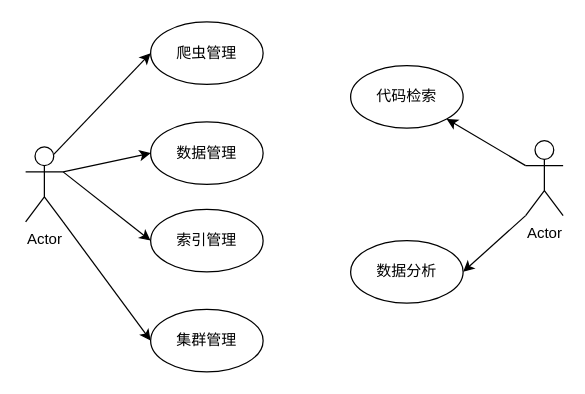
This is setup/系统用例图.drawio from yifeichong/drawio, a draw.io file, before an edit. Source tidied: cells renumbered, new cells numbered last; positions are measured from the earlier drawing's top-left corner, leaving out a move shared by most shapes. Both pictures are drawn from the tidied source at 125%, with x=0, y=0 at pixel (25, 21).
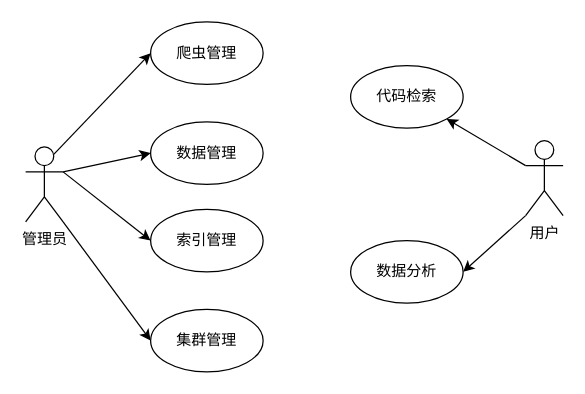
Above is the later version.

Commit message:
更新系统用例图.drawio

What changed in the source:
```diff
@@
 <mxGraphModel>
   <root>
     <mxCell id="0" />
     <mxCell id="1" parent="0" />
     <mxCell id="2" style="jettySize=auto;html=1;exitX=0.75;exitY=0.1;exitDx=0;exitDy=0;exitPerimeter=0;entryX=0;entryY=0.5;entryDx=0;entryDy=0;strokeColor=default;rounded=1;" parent="1" edge="1" source="6" target="7">
       <mxGeometry relative="1" as="geometry" />
     </mxCell>
     <mxCell id="3" style="edgeStyle=none;rounded=1;jettySize=auto;html=1;exitX=1;exitY=0.3333333333333333;exitDx=0;exitDy=0;exitPerimeter=0;entryX=0;entryY=0.5;entryDx=0;entryDy=0;strokeColor=default;" parent="1" edge="1" source="6" target="8">
       <mxGeometry relative="1" as="geometry" />
     </mxCell>
     <mxCell id="4" style="edgeStyle=none;rounded=1;jettySize=auto;html=1;exitX=1;exitY=0.3333333333333333;exitDx=0;exitDy=0;exitPerimeter=0;entryX=0;entryY=0.5;entryDx=0;entryDy=0;strokeColor=default;" parent="1" edge="1" source="6" target="10">
       <mxGeometry relative="1" as="geometry" />
     </mxCell>
     <mxCell id="5" style="edgeStyle=none;rounded=1;jettySize=auto;html=1;exitX=1;exitY=1;exitDx=0;exitDy=0;exitPerimeter=0;entryX=0;entryY=0.5;entryDx=0;entryDy=0;strokeColor=default;" parent="1" edge="1" source="6" target="9">
       <mxGeometry relative="1" as="geometry" />
     </mxCell>
-    <mxCell id="6" value="Actor" style="shape=umlActor;verticalLabelPosition=bottom;verticalAlign=top;html=1;" parent="1" vertex="1">
+    <mxCell id="6" value="管理员" style="shape=umlActor;verticalLabelPosition=bottom;verticalAlign=top;html=1;" parent="1" vertex="1">
       <mxGeometry y="100" width="30" height="60" as="geometry" />
     </mxCell>
     <mxCell id="7" value="爬虫管理" style="ellipse;whiteSpace=wrap;html=1;" parent="1" vertex="1">
       <mxGeometry x="100" width="90" height="50" as="geometry" />
     </mxCell>
     <mxCell id="8" value="数据管理" style="ellipse;whiteSpace=wrap;html=1;" parent="1" vertex="1">
       <mxGeometry x="100" y="80" width="90" height="50" as="geometry" />
     </mxCell>
     <mxCell id="9" value="集群管理" style="ellipse;whiteSpace=wrap;html=1;" parent="1" vertex="1">
       <mxGeometry x="100" y="230" width="90" height="50" as="geometry" />
     </mxCell>
     <mxCell id="10" value="索引管理" style="ellipse;whiteSpace=wrap;html=1;" parent="1" vertex="1">
       <mxGeometry x="100" y="150" width="90" height="50" as="geometry" />
     </mxCell>
     <mxCell id="11" style="edgeStyle=none;rounded=1;jettySize=auto;html=1;exitX=0;exitY=0.3333333333333333;exitDx=0;exitDy=0;exitPerimeter=0;entryX=1;entryY=1;entryDx=0;entryDy=0;strokeColor=default;" parent="1" edge="1" source="13" target="14">
       <mxGeometry relative="1" as="geometry" />
     </mxCell>
     <mxCell id="12" style="edgeStyle=none;rounded=1;jettySize=auto;html=1;exitX=0;exitY=1;exitDx=0;exitDy=0;exitPerimeter=0;entryX=1;entryY=0.5;entryDx=0;entryDy=0;strokeColor=default;" parent="1" edge="1" source="13" target="15">
       <mxGeometry relative="1" as="geometry" />
     </mxCell>
-    <mxCell id="13" value="Actor" style="shape=umlActor;verticalLabelPosition=bottom;verticalAlign=top;html=1;" parent="1" vertex="1">
+    <mxCell id="13" value="用户" style="shape=umlActor;verticalLabelPosition=bottom;verticalAlign=top;html=1;" parent="1" vertex="1">
       <mxGeometry x="400" y="95" width="30" height="60" as="geometry" />
     </mxCell>
     <mxCell id="14" value="代码检索" style="ellipse;whiteSpace=wrap;html=1;" parent="1" vertex="1">
       <mxGeometry x="260" y="35" width="90" height="50" as="geometry" />
     </mxCell>
     <mxCell id="15" value="数据分析" style="ellipse;whiteSpace=wrap;html=1;" parent="1" vertex="1">
       <mxGeometry x="260" y="175" width="90" height="50" as="geometry" />
     </mxCell>
   </root>
 </mxGraphModel>
```
